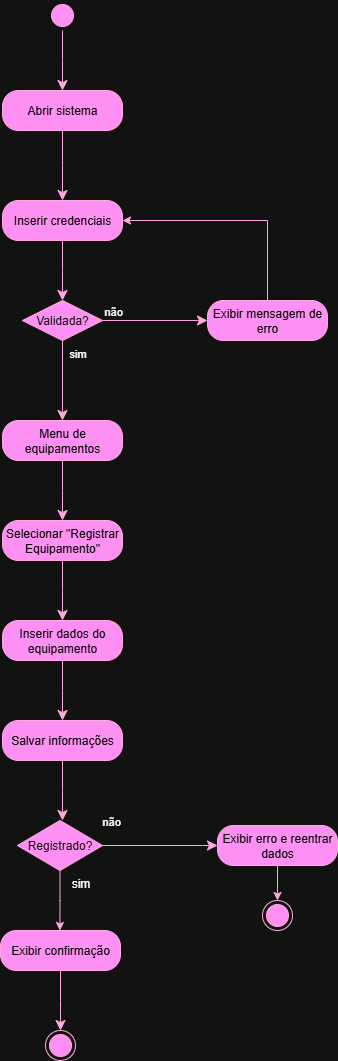
Before: docs/atividade_inclusao_equipamento.png, a diagram exported from draw.io (Bia-Vizeu/techman2025). Source tidied: cells renumbered, new cells last; positions are measured from the earlier drawing's top-left corner, leaving out a move shared by most shapes.
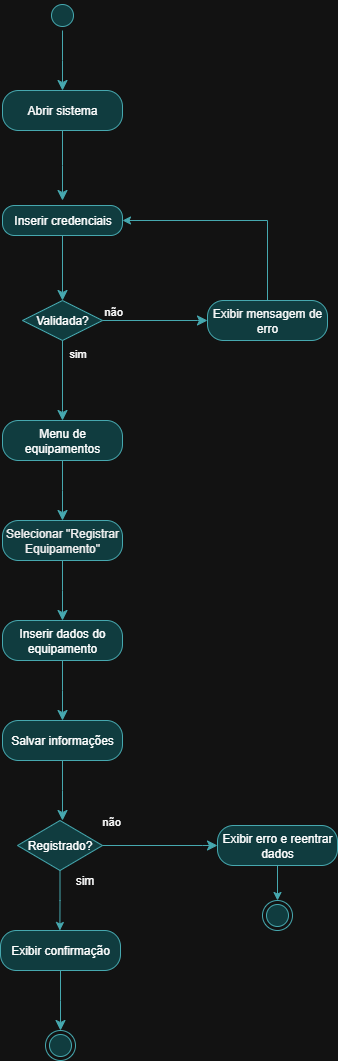
Above is the later version.

What changed in the source:
```diff
@@ -2,34 +2,34 @@
   <root>
     <mxCell id="0" />
     <mxCell id="1" parent="0" />
-    <mxCell id="2" style="ellipse;html=1;shape=startState;fillColor=#d80073;strokeColor=#A50040;fontColor=#ffffff;" parent="1" vertex="1">
+    <mxCell id="2" style="ellipse;html=1;shape=startState;fillColor=#b0e3e6;strokeColor=#0e8088;labelBackgroundColor=none;" parent="1" vertex="1">
       <mxGeometry x="47" width="30" height="30" as="geometry" />
     </mxCell>
-    <mxCell id="3" style="edgeStyle=orthogonalEdgeStyle;html=1;verticalAlign=bottom;endArrow=classic;endSize=8;strokeColor=#A50040;rounded=0;endFill=1;fillColor=#d80073;" parent="1" edge="1" source="2">
+    <mxCell id="3" style="edgeStyle=orthogonalEdgeStyle;html=1;verticalAlign=bottom;endArrow=classic;endSize=8;strokeColor=#0e8088;rounded=0;endFill=1;fillColor=#b0e3e6;labelBackgroundColor=none;" parent="1" edge="1" source="2">
       <mxGeometry relative="1" as="geometry">
         <mxPoint x="62" y="90" as="targetPoint" />
       </mxGeometry>
     </mxCell>
-    <mxCell id="4" value="&lt;span&gt;&lt;font style=&quot;color: light-dark(rgb(18, 18, 18), rgb(0, 0, 0));&quot;&gt;Abrir sistema&lt;/font&gt;&lt;/span&gt;" style="rounded=1;whiteSpace=wrap;html=1;arcSize=40;fontColor=#ffffff;fillColor=#d80073;strokeColor=#A50040;" parent="1" vertex="1">
+    <mxCell id="4" value="&lt;span&gt;&lt;font style=&quot;color: light-dark(rgb(18, 18, 18), rgb(253, 253, 253));&quot;&gt;Abrir sistema&lt;/font&gt;&lt;/span&gt;" style="rounded=1;whiteSpace=wrap;html=1;arcSize=40;fillColor=#b0e3e6;strokeColor=#0e8088;labelBackgroundColor=none;" parent="1" vertex="1">
       <mxGeometry x="2" y="90" width="120" height="40" as="geometry" />
     </mxCell>
-    <mxCell id="5" style="edgeStyle=orthogonalEdgeStyle;html=1;verticalAlign=bottom;endArrow=classic;endSize=8;strokeColor=#A50040;rounded=0;endFill=1;fillColor=#d80073;" parent="1" edge="1" source="4">
+    <mxCell id="5" style="edgeStyle=orthogonalEdgeStyle;html=1;verticalAlign=bottom;endArrow=classic;endSize=8;strokeColor=#0e8088;rounded=0;endFill=1;fillColor=#b0e3e6;labelBackgroundColor=none;" parent="1" edge="1" source="4">
       <mxGeometry relative="1" as="geometry">
         <mxPoint x="62" y="200" as="targetPoint" />
       </mxGeometry>
     </mxCell>
-    <mxCell id="6" value="&lt;span&gt;&lt;font style=&quot;color: light-dark(rgb(18, 18, 18), rgb(0, 0, 0));&quot;&gt;Inserir credenciais&lt;/font&gt;&lt;/span&gt;" style="rounded=1;whiteSpace=wrap;html=1;arcSize=40;fontColor=#ffffff;fillColor=#d80073;strokeColor=#A50040;" parent="1" vertex="1">
-      <mxGeometry x="2" y="200" width="120" height="40" as="geometry" />
+    <mxCell id="6" value="&lt;span&gt;&lt;font style=&quot;color: light-dark(rgb(18, 18, 18), rgb(255, 255, 255));&quot;&gt;Inserir credenciais&lt;/font&gt;&lt;/span&gt;" style="text;html=1;align=center;verticalAlign=middle;points=[];strokeColor=#0e8088;fillColor=#b0e3e6;rounded=1;arcSize=40;labelBackgroundColor=none;" parent="1" vertex="1">
+      <mxGeometry x="2" y="205" width="120" height="30" as="geometry" />
     </mxCell>
-    <mxCell id="7" style="edgeStyle=orthogonalEdgeStyle;html=1;verticalAlign=bottom;endArrow=classic;endSize=8;strokeColor=#A50040;rounded=0;endFill=1;fillColor=#d80073;" parent="1" edge="1" source="6">
+    <mxCell id="7" style="edgeStyle=orthogonalEdgeStyle;html=1;verticalAlign=bottom;endArrow=classic;endSize=8;strokeColor=#0e8088;rounded=0;endFill=1;fillColor=#b0e3e6;labelBackgroundColor=none;" parent="1" edge="1" source="6">
       <mxGeometry relative="1" as="geometry">
         <mxPoint x="62" y="300" as="targetPoint" />
       </mxGeometry>
     </mxCell>
-    <mxCell id="8" value="Validada?" style="rhombus;whiteSpace=wrap;html=1;fontColor=#ffffff;fillColor=#d80073;strokeColor=#A50040;" parent="1" vertex="1">
+    <mxCell id="8" value="Validada?" style="rhombus;whiteSpace=wrap;html=1;fillColor=#b0e3e6;strokeColor=#0e8088;labelBackgroundColor=none;" parent="1" vertex="1">
       <mxGeometry x="22" y="300" width="80" height="40" as="geometry" />
     </mxCell>
-    <mxCell id="9" value="não" style="edgeStyle=orthogonalEdgeStyle;html=1;align=left;verticalAlign=bottom;endArrow=classic;endSize=8;strokeColor=#A50040;rounded=0;endFill=1;fillColor=#d80073;" parent="1" edge="1" source="8">
+    <mxCell id="9" value="não" style="edgeStyle=orthogonalEdgeStyle;html=1;align=left;verticalAlign=bottom;endArrow=classic;endSize=8;strokeColor=#0e8088;rounded=0;endFill=1;fillColor=#b0e3e6;labelBackgroundColor=none;" parent="1" edge="1" source="8">
       <mxGeometry x="-1" relative="1" as="geometry">
         <mxPoint x="207" y="320" as="targetPoint" />
         <Array as="points">
@@ -37,7 +37,7 @@
         </Array>
       </mxGeometry>
     </mxCell>
-    <mxCell id="10" value="sim" style="edgeStyle=orthogonalEdgeStyle;html=1;align=left;verticalAlign=top;endArrow=classic;endSize=8;strokeColor=#A50040;rounded=0;endFill=1;fillColor=#d80073;" parent="1" edge="1" source="8">
+    <mxCell id="10" value="sim" style="edgeStyle=orthogonalEdgeStyle;html=1;align=left;verticalAlign=top;endArrow=classic;endSize=8;strokeColor=#0e8088;rounded=0;endFill=1;fillColor=#b0e3e6;labelBackgroundColor=none;" parent="1" edge="1" source="8">
       <mxGeometry x="-1" y="5" relative="1" as="geometry">
         <mxPoint x="62" y="420" as="targetPoint" />
         <Array as="points">
@@ -45,57 +45,57 @@
         </Array>
       </mxGeometry>
     </mxCell>
-    <mxCell id="11" style="edgeStyle=orthogonalEdgeStyle;rounded=0;jettySize=auto;html=1;exitX=0.5;exitY=0;exitDx=0;exitDy=0;entryX=1;entryY=0.5;entryDx=0;entryDy=0;fillColor=#d80073;strokeColor=#A50040;" parent="1" edge="1" source="12" target="6">
+    <mxCell id="11" style="edgeStyle=orthogonalEdgeStyle;rounded=0;jettySize=auto;html=1;exitX=0.5;exitY=0;exitDx=0;exitDy=0;entryX=1;entryY=0.5;entryDx=0;entryDy=0;fillColor=#b0e3e6;strokeColor=#0e8088;labelBackgroundColor=none;" parent="1" edge="1" source="12" target="6">
       <mxGeometry relative="1" as="geometry">
         <Array as="points">
           <mxPoint x="267" y="220" />
         </Array>
       </mxGeometry>
     </mxCell>
-    <mxCell id="12" value="&lt;span&gt;&lt;font style=&quot;color: light-dark(rgb(18, 18, 18), rgb(0, 0, 0));&quot;&gt;Exibir mensagem de erro&lt;/font&gt;&lt;/span&gt;" style="rounded=1;whiteSpace=wrap;html=1;arcSize=40;fontColor=#ffffff;fillColor=#d80073;strokeColor=#A50040;" parent="1" vertex="1">
+    <mxCell id="12" value="&lt;span&gt;&lt;font style=&quot;color: light-dark(rgb(18, 18, 18), rgb(249, 249, 249));&quot;&gt;Exibir mensagem de erro&lt;/font&gt;&lt;/span&gt;" style="rounded=1;whiteSpace=wrap;html=1;arcSize=40;fillColor=#b0e3e6;strokeColor=#0e8088;labelBackgroundColor=none;" parent="1" vertex="1">
       <mxGeometry x="207" y="300" width="120" height="40" as="geometry" />
     </mxCell>
-    <mxCell id="13" value="&lt;span&gt;&lt;font style=&quot;color: light-dark(rgb(18, 18, 18), rgb(0, 0, 0));&quot;&gt;Menu de equipamentos&lt;/font&gt;&lt;/span&gt;" style="rounded=1;whiteSpace=wrap;html=1;arcSize=40;fontColor=#ffffff;fillColor=#d80073;strokeColor=#A50040;" parent="1" vertex="1">
+    <mxCell id="13" value="&lt;span&gt;&lt;font style=&quot;color: light-dark(rgb(18, 18, 18), rgb(255, 255, 255));&quot;&gt;Menu de equipamentos&lt;/font&gt;&lt;/span&gt;" style="rounded=1;whiteSpace=wrap;html=1;arcSize=40;fillColor=#b0e3e6;strokeColor=#0e8088;labelBackgroundColor=none;" parent="1" vertex="1">
       <mxGeometry x="2" y="420" width="120" height="40" as="geometry" />
     </mxCell>
-    <mxCell id="14" style="edgeStyle=orthogonalEdgeStyle;html=1;verticalAlign=bottom;endArrow=classic;endSize=8;strokeColor=#A50040;rounded=0;endFill=1;fillColor=#d80073;" parent="1" edge="1" source="13">
+    <mxCell id="14" style="edgeStyle=orthogonalEdgeStyle;html=1;verticalAlign=bottom;endArrow=classic;endSize=8;strokeColor=#0e8088;rounded=0;endFill=1;fillColor=#b0e3e6;labelBackgroundColor=none;" parent="1" edge="1" source="13">
       <mxGeometry relative="1" as="geometry">
         <mxPoint x="62" y="520" as="targetPoint" />
       </mxGeometry>
     </mxCell>
-    <mxCell id="15" value="&lt;span&gt;&lt;font style=&quot;color: light-dark(rgb(18, 18, 18), rgb(0, 0, 0));&quot;&gt;Selecionar &quot;Registrar Equipamento&quot;&lt;/font&gt;&lt;/span&gt;" style="rounded=1;whiteSpace=wrap;html=1;arcSize=40;fontColor=#ffffff;fillColor=#d80073;strokeColor=#A50040;" parent="1" vertex="1">
+    <mxCell id="15" value="&lt;span&gt;&lt;font style=&quot;color: light-dark(rgb(18, 18, 18), rgb(241, 241, 241));&quot;&gt;Selecionar &quot;Registrar Equipamento&quot;&lt;/font&gt;&lt;/span&gt;" style="rounded=1;whiteSpace=wrap;html=1;arcSize=40;fillColor=#b0e3e6;strokeColor=#0e8088;labelBackgroundColor=none;" parent="1" vertex="1">
       <mxGeometry x="2" y="520" width="120" height="40" as="geometry" />
     </mxCell>
-    <mxCell id="16" style="edgeStyle=orthogonalEdgeStyle;html=1;verticalAlign=bottom;endArrow=classic;endSize=8;strokeColor=#A50040;rounded=0;endFill=1;fillColor=#d80073;" parent="1" edge="1" source="15">
+    <mxCell id="16" style="edgeStyle=orthogonalEdgeStyle;html=1;verticalAlign=bottom;endArrow=classic;endSize=8;strokeColor=#0e8088;rounded=0;endFill=1;fillColor=#b0e3e6;labelBackgroundColor=none;" parent="1" edge="1" source="15">
       <mxGeometry relative="1" as="geometry">
         <mxPoint x="62" y="620" as="targetPoint" />
       </mxGeometry>
     </mxCell>
-    <mxCell id="17" value="&lt;span&gt;&lt;font style=&quot;color: light-dark(rgb(18, 18, 18), rgb(4, 4, 4));&quot;&gt;Inserir dados do equipamento&lt;/font&gt;&lt;/span&gt;" style="rounded=1;whiteSpace=wrap;html=1;arcSize=40;fontColor=#ffffff;fillColor=#d80073;strokeColor=#A50040;" parent="1" vertex="1">
+    <mxCell id="17" value="&lt;span&gt;&lt;font style=&quot;color: light-dark(rgb(18, 18, 18), rgb(255, 255, 255));&quot;&gt;Inserir dados do equipamento&lt;/font&gt;&lt;/span&gt;" style="rounded=1;whiteSpace=wrap;html=1;arcSize=40;fillColor=#b0e3e6;strokeColor=#0e8088;labelBackgroundColor=none;" parent="1" vertex="1">
       <mxGeometry x="2" y="620" width="120" height="40" as="geometry" />
     </mxCell>
-    <mxCell id="18" style="edgeStyle=orthogonalEdgeStyle;html=1;verticalAlign=bottom;endArrow=classic;endSize=8;strokeColor=#A50040;rounded=0;endFill=1;fillColor=#d80073;" parent="1" edge="1" source="17">
+    <mxCell id="18" style="edgeStyle=orthogonalEdgeStyle;html=1;verticalAlign=bottom;endArrow=classic;endSize=8;strokeColor=#0e8088;rounded=0;endFill=1;fillColor=#b0e3e6;labelBackgroundColor=none;" parent="1" edge="1" source="17">
       <mxGeometry relative="1" as="geometry">
         <mxPoint x="62" y="720" as="targetPoint" />
       </mxGeometry>
     </mxCell>
-    <mxCell id="19" value="&lt;span&gt;&lt;font style=&quot;color: light-dark(rgb(18, 18, 18), rgb(0, 0, 0));&quot;&gt;Salvar informações&lt;/font&gt;&lt;/span&gt;" style="rounded=1;whiteSpace=wrap;html=1;arcSize=40;fontColor=#ffffff;fillColor=#d80073;strokeColor=#A50040;" parent="1" vertex="1">
+    <mxCell id="19" value="&lt;span&gt;&lt;font style=&quot;color: light-dark(rgb(18, 18, 18), rgb(255, 255, 255));&quot;&gt;Salvar informações&lt;/font&gt;&lt;/span&gt;" style="rounded=1;whiteSpace=wrap;html=1;arcSize=40;fillColor=#b0e3e6;strokeColor=#0e8088;labelBackgroundColor=none;" parent="1" vertex="1">
       <mxGeometry x="2" y="720" width="120" height="40" as="geometry" />
     </mxCell>
-    <mxCell id="20" style="edgeStyle=orthogonalEdgeStyle;html=1;verticalAlign=bottom;endArrow=classic;endSize=8;strokeColor=#A50040;rounded=0;endFill=1;fillColor=#d80073;" parent="1" edge="1" source="19">
+    <mxCell id="20" style="edgeStyle=orthogonalEdgeStyle;html=1;verticalAlign=bottom;endArrow=classic;endSize=8;strokeColor=#0e8088;rounded=0;endFill=1;fillColor=#b0e3e6;labelBackgroundColor=none;" parent="1" edge="1" source="19">
       <mxGeometry relative="1" as="geometry">
         <mxPoint x="62" y="820" as="targetPoint" />
       </mxGeometry>
     </mxCell>
-    <mxCell id="21" style="edgeStyle=orthogonalEdgeStyle;rounded=0;jettySize=auto;html=1;exitX=0.5;exitY=1;exitDx=0;exitDy=0;strokeColor=#A50040;endArrow=classic;endFill=1;fillColor=#d80073;" parent="1" edge="1" source="22">
+    <mxCell id="21" style="edgeStyle=orthogonalEdgeStyle;rounded=0;jettySize=auto;html=1;exitX=0.5;exitY=1;exitDx=0;exitDy=0;strokeColor=#0e8088;endArrow=classic;endFill=1;fillColor=#b0e3e6;labelBackgroundColor=none;" parent="1" edge="1" source="22">
       <mxGeometry relative="1" as="geometry">
         <mxPoint x="59.4" y="930" as="targetPoint" />
       </mxGeometry>
     </mxCell>
-    <mxCell id="22" value="Registrado?" style="rhombus;whiteSpace=wrap;html=1;fontColor=#ffffff;fillColor=#d80073;strokeColor=#A50040;" parent="1" vertex="1">
+    <mxCell id="22" value="Registrado?" style="rhombus;whiteSpace=wrap;html=1;fillColor=#b0e3e6;strokeColor=#0e8088;labelBackgroundColor=none;" parent="1" vertex="1">
       <mxGeometry x="17" y="820" width="85" height="50" as="geometry" />
     </mxCell>
-    <mxCell id="23" value="não" style="edgeStyle=orthogonalEdgeStyle;html=1;align=left;verticalAlign=bottom;endArrow=classic;endSize=8;strokeColor=#A50040;rounded=0;endFill=1;fillColor=#d80073;" parent="1" edge="1" source="22">
+    <mxCell id="23" value="não" style="edgeStyle=orthogonalEdgeStyle;html=1;align=left;verticalAlign=bottom;endArrow=classic;endSize=8;strokeColor=#0e8088;rounded=0;endFill=1;fillColor=#b0e3e6;labelBackgroundColor=none;" parent="1" edge="1" source="22">
       <mxGeometry x="-1" y="15" relative="1" as="geometry">
         <mxPoint x="217" y="845" as="targetPoint" />
         <Array as="points">
@@ -104,28 +104,28 @@
         <mxPoint x="-2" as="offset" />
       </mxGeometry>
     </mxCell>
-    <mxCell id="24" style="edgeStyle=orthogonalEdgeStyle;rounded=0;jettySize=auto;html=1;exitX=0.5;exitY=1;exitDx=0;exitDy=0;entryX=0.5;entryY=0;entryDx=0;entryDy=0;fillColor=#d80073;strokeColor=#A50040;" parent="1" edge="1" source="25" target="30">
+    <mxCell id="24" style="edgeStyle=orthogonalEdgeStyle;rounded=0;jettySize=auto;html=1;exitX=0.5;exitY=1;exitDx=0;exitDy=0;entryX=0.5;entryY=0;entryDx=0;entryDy=0;fillColor=#b0e3e6;strokeColor=#0e8088;labelBackgroundColor=none;" parent="1" edge="1" source="25" target="30">
       <mxGeometry relative="1" as="geometry" />
     </mxCell>
-    <mxCell id="25" value="&lt;span&gt;&lt;font style=&quot;color: light-dark(rgb(18, 18, 18), rgb(0, 0, 0));&quot;&gt;Exibir erro e reentrar dados&lt;/font&gt;&lt;/span&gt;" style="rounded=1;whiteSpace=wrap;html=1;arcSize=40;fontColor=#ffffff;fillColor=#d80073;strokeColor=#A50040;" parent="1" vertex="1">
+    <mxCell id="25" value="&lt;span&gt;&lt;font style=&quot;color: light-dark(rgb(18, 18, 18), rgb(255, 255, 255));&quot;&gt;Exibir erro e reentrar dados&lt;/font&gt;&lt;/span&gt;" style="rounded=1;whiteSpace=wrap;html=1;arcSize=40;fillColor=#b0e3e6;strokeColor=#0e8088;labelBackgroundColor=none;" parent="1" vertex="1">
       <mxGeometry x="217" y="825" width="120" height="40" as="geometry" />
     </mxCell>
-    <mxCell id="26" value="&lt;span&gt;&lt;font style=&quot;color: light-dark(rgb(18, 18, 18), rgb(0, 0, 0));&quot;&gt;Exibir confirmação&lt;/font&gt;&lt;/span&gt;" style="rounded=1;whiteSpace=wrap;html=1;arcSize=40;fontColor=#ffffff;fillColor=#d80073;strokeColor=#A50040;" parent="1" vertex="1">
+    <mxCell id="26" value="&lt;span&gt;&lt;font style=&quot;color: light-dark(rgb(18, 18, 18), rgb(255, 255, 255));&quot;&gt;Exibir confirmação&lt;/font&gt;&lt;/span&gt;" style="rounded=1;whiteSpace=wrap;html=1;arcSize=40;fillColor=#b0e3e6;strokeColor=#0e8088;labelBackgroundColor=none;" parent="1" vertex="1">
       <mxGeometry y="930" width="120" height="40" as="geometry" />
     </mxCell>
-    <mxCell id="27" style="edgeStyle=orthogonalEdgeStyle;html=1;verticalAlign=bottom;endArrow=classic;endSize=8;strokeColor=#A50040;rounded=0;endFill=1;fillColor=#d80073;" parent="1" edge="1" source="26">
+    <mxCell id="27" style="edgeStyle=orthogonalEdgeStyle;html=1;verticalAlign=bottom;endArrow=classic;endSize=8;strokeColor=#0e8088;rounded=0;endFill=1;fillColor=#b0e3e6;labelBackgroundColor=none;" parent="1" edge="1" source="26">
       <mxGeometry relative="1" as="geometry">
         <mxPoint x="60" y="1030" as="targetPoint" />
       </mxGeometry>
     </mxCell>
-    <mxCell id="28" style="ellipse;html=1;shape=endState;fillColor=#d80073;strokeColor=#A50040;fontColor=#ffffff;" parent="1" vertex="1">
+    <mxCell id="28" style="ellipse;html=1;shape=endState;fillColor=#b0e3e6;strokeColor=#0e8088;labelBackgroundColor=none;" parent="1" vertex="1">
       <mxGeometry x="45" y="1030" width="30" height="30" as="geometry" />
     </mxCell>
+    <mxCell id="30" style="ellipse;html=1;shape=endState;fillColor=#b0e3e6;strokeColor=#0e8088;labelBackgroundColor=none;" parent="1" vertex="1">
+      <mxGeometry x="262" y="900" width="30" height="30" as="geometry" />
+    </mxCell>
     <mxCell id="29" value="sim" style="text;html=1;align=center;verticalAlign=middle;strokeColor=none;fillColor=none;" parent="1" vertex="1">
-      <mxGeometry x="60" y="868" width="40" height="30" as="geometry" />
+      <mxGeometry x="64" y="865" width="40" height="30" as="geometry" />
     </mxCell>
-    <mxCell id="30" style="ellipse;html=1;shape=endState;fillColor=#d80073;strokeColor=#A50040;fontColor=#ffffff;" parent="1" vertex="1">
-      <mxGeometry x="262" y="900" width="30" height="30" as="geometry" />
-    </mxCell>
   </root>
 </mxGraphModel>
```
